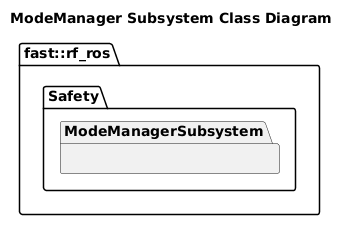
Earlier version of the PlantUML export Systems/Safety/Subsystems/ModeManager/doc/puml/ModeManagerSubsystemClassDiagram.png (fastrobotics/robot_framework_ros).
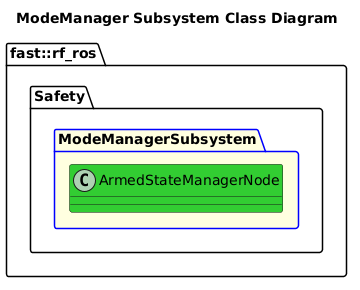
Later version of the same file.

The edit, as a diff of the source:
```diff
@@ -3,7 +3,10 @@
 
 namespace fast::rf_ros {
     namespace Safety {
-        namespace ModeManagerSubsystem {
+        package ModeManagerSubsystem #LightYellow;line:blue {
+            class ArmedStateManagerNode #LimeGreen {
+
+            }
         }
     }
 }
```
